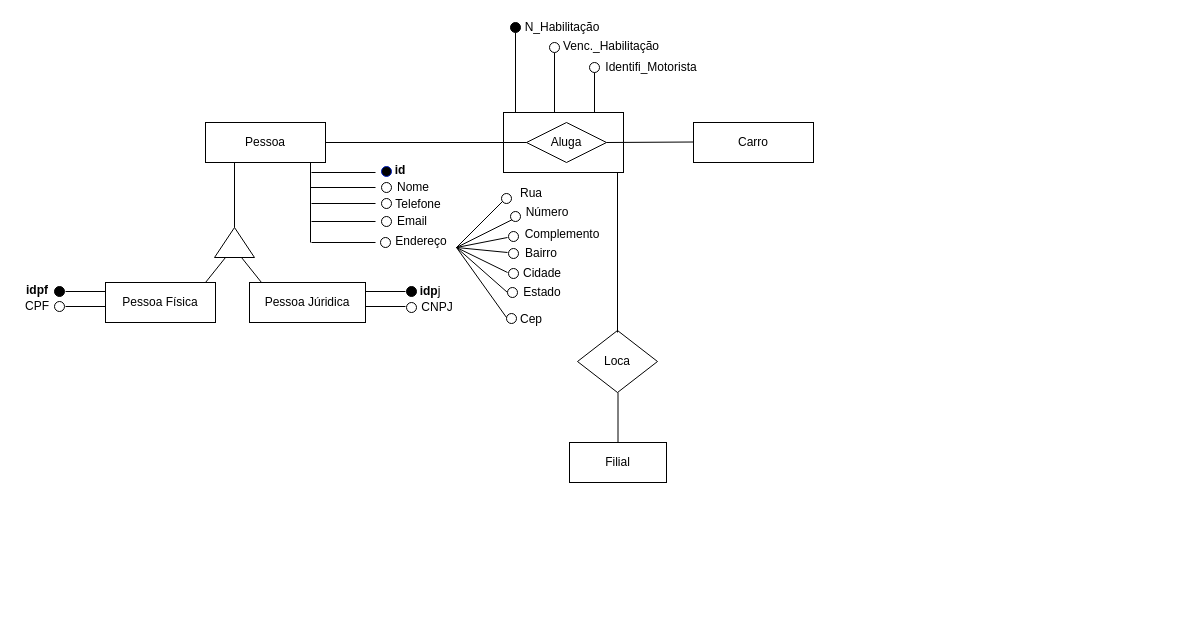
This is Untitled Diagram.drawio from carlosti1099/Universidade, a draw.io file, before an edit. Source tidied: cells renumbered, new cells numbered last; positions are measured from the earlier drawing's top-left corner, leaving out a move shared by most shapes. Both pictures are drawn from the tidied source at 100%, with x=0, y=0 at pixel (17, 17).
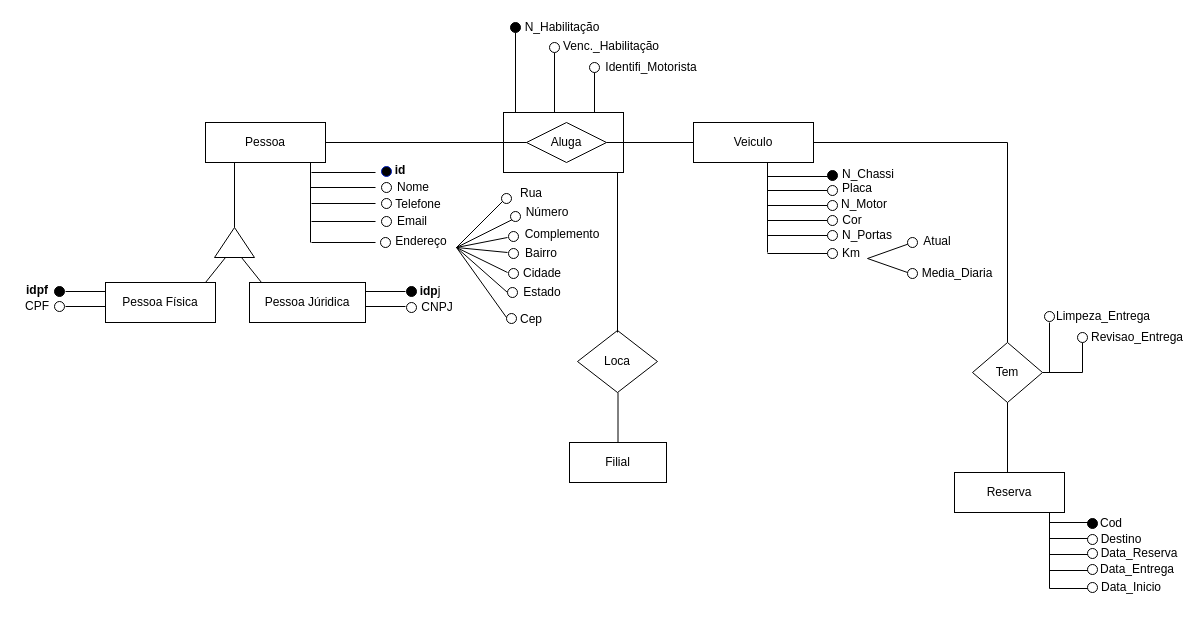
After the change.

The change refers to these unchanged cells:
```xml
<mxCell id="60" value="Aluga" style="rhombus;whiteSpace=wrap;html=1;fontColor=#000000;strokeColor=#000000;fillColor=#FFFFFF;align=center;" parent="1" vertex="1">
  <mxGeometry x="509" y="105" width="80" height="40" as="geometry" />
</mxCell>
```

Diff of the diagram source:
```diff
@@
-    <mxCell id="58" value="Carro" style="rounded=0;whiteSpace=wrap;html=1;" parent="1" vertex="1">
+    <mxCell id="58" value="Veiculo" style="rounded=0;whiteSpace=wrap;html=1;" parent="1" vertex="1">
       <mxGeometry x="676" y="105" width="120" height="40" as="geometry" />
     </mxCell>
@@
-    <mxCell id="62" style="endArrow=none;html=1;fontColor=#000000;exitX=1;exitY=0.5;exitDx=0;exitDy=0;" parent="1" edge="1" source="60">
-      <mxGeometry relative="1" as="geometry">
-        <mxPoint x="676" y="124.5" as="targetPoint" />
-      </mxGeometry>
-    </mxCell>
@@
+    <mxCell id="78" style="verticalLabelPosition=bottom;shadow=0;dashed=0;align=center;html=1;verticalAlign=top;strokeWidth=1;shape=mxgraph.mockup.markup.line;strokeColor=#000000;direction=north;" parent="1" vertex="1">
+      <mxGeometry x="740" y="145" width="20" height="90" as="geometry" />
+    </mxCell>
+    <mxCell id="79" style="verticalLabelPosition=bottom;shadow=0;dashed=0;align=center;html=1;verticalAlign=top;strokeWidth=1;shape=mxgraph.mockup.markup.line;strokeColor=#000000;" parent="1" vertex="1">
+      <mxGeometry x="750" y="149" width="60" height="20" as="geometry" />
+    </mxCell>
+    <mxCell id="80" style="verticalLabelPosition=bottom;shadow=0;dashed=0;align=center;html=1;verticalAlign=top;strokeWidth=1;shape=mxgraph.mockup.markup.line;strokeColor=#000000;" parent="1" vertex="1">
+      <mxGeometry x="750" y="163" width="60" height="20" as="geometry" />
+    </mxCell>
+    <mxCell id="81" style="verticalLabelPosition=bottom;shadow=0;dashed=0;align=center;html=1;verticalAlign=top;strokeWidth=1;shape=mxgraph.mockup.markup.line;strokeColor=#000000;" parent="1" vertex="1">
+      <mxGeometry x="750" y="178" width="60" height="20" as="geometry" />
+    </mxCell>
+    <mxCell id="82" style="verticalLabelPosition=bottom;shadow=0;dashed=0;align=center;html=1;verticalAlign=top;strokeWidth=1;shape=mxgraph.mockup.markup.line;strokeColor=#000000;" parent="1" vertex="1">
+      <mxGeometry x="750" y="193" width="60" height="20" as="geometry" />
+    </mxCell>
+    <mxCell id="83" style="verticalLabelPosition=bottom;shadow=0;dashed=0;align=center;html=1;verticalAlign=top;strokeWidth=1;shape=mxgraph.mockup.markup.line;strokeColor=#000000;" parent="1" vertex="1">
+      <mxGeometry x="750" y="208" width="60" height="20" as="geometry" />
+    </mxCell>
+    <mxCell id="84" style="verticalLabelPosition=bottom;shadow=0;dashed=0;align=center;html=1;verticalAlign=top;strokeWidth=1;shape=mxgraph.mockup.markup.line;strokeColor=#000000;" parent="1" vertex="1">
+      <mxGeometry x="750" y="226" width="60" height="20" as="geometry" />
+    </mxCell>
+    <mxCell id="85" style="ellipse;whiteSpace=wrap;html=1;fillColor=#000000;" parent="1" vertex="1">
+      <mxGeometry x="810" y="153" width="10" height="10" as="geometry" />
+    </mxCell>
+    <mxCell id="86" style="ellipse;whiteSpace=wrap;html=1;" parent="1" vertex="1">
+      <mxGeometry x="810" y="168" width="10" height="10" as="geometry" />
+    </mxCell>
+    <mxCell id="87" style="ellipse;whiteSpace=wrap;html=1;" parent="1" vertex="1">
+      <mxGeometry x="810" y="183" width="10" height="10" as="geometry" />
+    </mxCell>
+    <mxCell id="88" style="ellipse;whiteSpace=wrap;html=1;" parent="1" vertex="1">
+      <mxGeometry x="810" y="198" width="10" height="10" as="geometry" />
+    </mxCell>
+    <mxCell id="89" style="ellipse;whiteSpace=wrap;html=1;" parent="1" vertex="1">
+      <mxGeometry x="810" y="213" width="10" height="10" as="geometry" />
+    </mxCell>
+    <mxCell id="90" style="ellipse;whiteSpace=wrap;html=1;" parent="1" vertex="1">
+      <mxGeometry x="810" y="231" width="10" height="10" as="geometry" />
+    </mxCell>
+    <mxCell id="91" value="N_Chassi" style="text;html=1;strokeColor=none;fillColor=none;align=center;verticalAlign=middle;whiteSpace=wrap;rounded=0;" parent="1" vertex="1">
+      <mxGeometry x="821" y="142" width="60" height="30" as="geometry" />
+    </mxCell>
+    <mxCell id="92" value="Placa" style="text;html=1;strokeColor=none;fillColor=none;align=center;verticalAlign=middle;whiteSpace=wrap;rounded=0;" parent="1" vertex="1">
+      <mxGeometry x="810" y="156" width="60" height="30" as="geometry" />
+    </mxCell>
+    <mxCell id="93" value="N_Motor" style="text;html=1;strokeColor=none;fillColor=none;align=center;verticalAlign=middle;whiteSpace=wrap;rounded=0;" parent="1" vertex="1">
+      <mxGeometry x="817" y="172" width="60" height="30" as="geometry" />
+    </mxCell>
+    <mxCell id="94" value="Cor" style="text;html=1;strokeColor=none;fillColor=none;align=center;verticalAlign=middle;whiteSpace=wrap;rounded=0;" parent="1" vertex="1">
+      <mxGeometry x="805" y="188" width="60" height="30" as="geometry" />
+    </mxCell>
+    <mxCell id="95" value="N_Portas" style="text;html=1;strokeColor=none;fillColor=none;align=center;verticalAlign=middle;whiteSpace=wrap;rounded=0;" parent="1" vertex="1">
+      <mxGeometry x="820" y="203" width="60" height="30" as="geometry" />
+    </mxCell>
+    <mxCell id="96" value="Km" style="text;html=1;strokeColor=none;fillColor=none;align=center;verticalAlign=middle;whiteSpace=wrap;rounded=0;" parent="1" vertex="1">
+      <mxGeometry x="804" y="221" width="60" height="30" as="geometry" />
+    </mxCell>
+    <mxCell id="97" style="endArrow=none;html=1;startArrow=none;" parent="1" edge="1" source="99">
+      <mxGeometry relative="1" as="geometry">
+        <mxPoint x="890" y="225" as="targetPoint" />
+      </mxGeometry>
+    </mxCell>
+    <mxCell id="98" style="endArrow=none;html=1;" parent="1" edge="1">
+      <mxGeometry relative="1" as="geometry">
+        <mxPoint x="850" y="241" as="sourcePoint" />
+        <mxPoint x="890" y="255" as="targetPoint" />
+      </mxGeometry>
+    </mxCell>
+    <mxCell id="99" style="ellipse;whiteSpace=wrap;html=1;" parent="1" vertex="1">
+      <mxGeometry x="890" y="220" width="10" height="10" as="geometry" />
+    </mxCell>
+    <mxCell id="100" style="endArrow=none;html=1;" parent="1" edge="1" target="99">
+      <mxGeometry relative="1" as="geometry">
+        <mxPoint x="850" y="241" as="sourcePoint" />
+      </mxGeometry>
+    </mxCell>
+    <mxCell id="101" style="ellipse;whiteSpace=wrap;html=1;" parent="1" vertex="1">
+      <mxGeometry x="890" y="251" width="10" height="10" as="geometry" />
+    </mxCell>
+    <mxCell id="102" value="Atual" style="text;html=1;strokeColor=none;fillColor=none;align=center;verticalAlign=middle;whiteSpace=wrap;rounded=0;" parent="1" vertex="1">
+      <mxGeometry x="890" y="209" width="60" height="30" as="geometry" />
+    </mxCell>
+    <mxCell id="103" value="Media_Diaria" style="text;html=1;strokeColor=none;fillColor=none;align=center;verticalAlign=middle;whiteSpace=wrap;rounded=0;" parent="1" vertex="1">
+      <mxGeometry x="910" y="241" width="60" height="30" as="geometry" />
+    </mxCell>
+    <mxCell id="104" style="verticalLabelPosition=bottom;shadow=0;dashed=0;align=center;html=1;verticalAlign=top;strokeWidth=1;shape=mxgraph.mockup.markup.line;strokeColor=#000000;labelBackgroundColor=default;sketch=0;fontColor=default;fillColor=#000000;" parent="1" vertex="1">
+      <mxGeometry x="796" y="115" width="194" height="20" as="geometry" />
+    </mxCell>
+    <mxCell id="105" style="verticalLabelPosition=bottom;shadow=0;dashed=0;align=center;html=1;verticalAlign=top;strokeWidth=1;shape=mxgraph.mockup.markup.line;strokeColor=#000000;labelBackgroundColor=default;sketch=0;fontColor=default;fillColor=#000000;" parent="1" vertex="1">
+      <mxGeometry x="589" y="115" width="87" height="20" as="geometry" />
+    </mxCell>
+    <mxCell id="106" style="verticalLabelPosition=bottom;shadow=0;dashed=0;align=center;html=1;verticalAlign=top;strokeWidth=1;shape=mxgraph.mockup.markup.line;strokeColor=#000000;labelBackgroundColor=default;sketch=0;fontColor=default;fillColor=#000000;rotation=90;" parent="1" vertex="1">
+      <mxGeometry x="890" y="215" width="200" height="20" as="geometry" />
+    </mxCell>
+    <mxCell id="107" value="Tem" style="rhombus;whiteSpace=wrap;html=1;labelBackgroundColor=default;sketch=0;fontColor=default;strokeColor=default;fillColor=#FFFFFF;verticalAlign=middle;align=center;" parent="1" vertex="1">
+      <mxGeometry x="955" y="325" width="70" height="60" as="geometry" />
+    </mxCell>
+    <mxCell id="108" value="Reserva" style="rounded=0;whiteSpace=wrap;html=1;labelBackgroundColor=default;sketch=0;fontColor=default;strokeColor=default;fillColor=#FFFFFF;align=center;verticalAlign=middle;" parent="1" vertex="1">
+      <mxGeometry x="937" y="455" width="110" height="40" as="geometry" />
+    </mxCell>
+    <mxCell id="109" style="verticalLabelPosition=bottom;shadow=0;dashed=0;align=center;html=1;verticalAlign=top;strokeWidth=1;shape=mxgraph.mockup.markup.line;strokeColor=#000000;direction=north;labelBackgroundColor=default;sketch=0;fontColor=default;fillColor=#FFFFFF;" parent="1" vertex="1">
+      <mxGeometry x="980" y="385" width="20" height="70" as="geometry" />
+    </mxCell>
+    <mxCell id="110" style="verticalLabelPosition=bottom;shadow=0;dashed=0;align=center;html=1;verticalAlign=top;strokeWidth=1;shape=mxgraph.mockup.markup.line;strokeColor=#000000;direction=north;labelBackgroundColor=default;sketch=0;fontColor=default;fillColor=#FFFFFF;rotation=90;" parent="1" vertex="1">
+      <mxGeometry x="1035" y="335" width="20" height="40" as="geometry" />
+    </mxCell>
+    <mxCell id="111" style="verticalLabelPosition=bottom;shadow=0;dashed=0;align=center;html=1;verticalAlign=top;strokeWidth=1;shape=mxgraph.mockup.markup.line;strokeColor=#000000;direction=north;labelBackgroundColor=default;sketch=0;fontColor=default;fillColor=#FFFFFF;" parent="1" vertex="1">
+      <mxGeometry x="1022" y="305" width="20" height="50" as="geometry" />
+    </mxCell>
+    <mxCell id="112" style="verticalLabelPosition=bottom;shadow=0;dashed=0;align=center;html=1;verticalAlign=top;strokeWidth=1;shape=mxgraph.mockup.markup.line;strokeColor=#000000;direction=north;labelBackgroundColor=default;sketch=0;fontColor=default;fillColor=#FFFFFF;" parent="1" vertex="1">
+      <mxGeometry x="1055" y="325" width="20" height="30" as="geometry" />
+    </mxCell>
+    <mxCell id="113" style="ellipse;whiteSpace=wrap;html=1;" parent="1" vertex="1">
+      <mxGeometry x="1027" y="294" width="10" height="10" as="geometry" />
+    </mxCell>
+    <mxCell id="114" style="ellipse;whiteSpace=wrap;html=1;" parent="1" vertex="1">
+      <mxGeometry x="1060" y="315" width="10" height="10" as="geometry" />
+    </mxCell>
+    <mxCell id="115" value="Limpeza_Entrega" style="text;html=1;strokeColor=none;fillColor=none;align=center;verticalAlign=middle;whiteSpace=wrap;rounded=0;labelBackgroundColor=default;sketch=0;fontColor=default;" parent="1" vertex="1">
+      <mxGeometry x="1031" y="284" width="110" height="30" as="geometry" />
+    </mxCell>
+    <mxCell id="116" value="Revisao_Entrega" style="text;html=1;strokeColor=none;fillColor=none;align=center;verticalAlign=middle;whiteSpace=wrap;rounded=0;labelBackgroundColor=default;sketch=0;fontColor=default;" parent="1" vertex="1">
+      <mxGeometry x="1090" y="305" width="60" height="30" as="geometry" />
+    </mxCell>
+    <mxCell id="117" style="line;strokeWidth=1;direction=south;html=1;labelBackgroundColor=default;sketch=0;fontColor=default;fillColor=#FFFFFF;align=center;verticalAlign=middle;" parent="1" vertex="1">
+      <mxGeometry x="1027" y="495" width="10" height="76" as="geometry" />
+    </mxCell>
+    <mxCell id="118" style="verticalLabelPosition=bottom;shadow=0;dashed=0;align=center;html=1;verticalAlign=top;strokeWidth=1;shape=mxgraph.mockup.markup.line;strokeColor=#000000;direction=north;labelBackgroundColor=default;sketch=0;fontColor=default;fillColor=#FFFFFF;rotation=90;" parent="1" vertex="1">
+      <mxGeometry x="1042" y="485" width="20" height="40" as="geometry" />
+    </mxCell>
+    <mxCell id="119" style="verticalLabelPosition=bottom;shadow=0;dashed=0;align=center;html=1;verticalAlign=top;strokeWidth=1;shape=mxgraph.mockup.markup.line;strokeColor=#000000;direction=north;labelBackgroundColor=default;sketch=0;fontColor=default;fillColor=#FFFFFF;rotation=90;" parent="1" vertex="1">
+      <mxGeometry x="1042" y="501" width="20" height="40" as="geometry" />
+    </mxCell>
+    <mxCell id="120" style="verticalLabelPosition=bottom;shadow=0;dashed=0;align=center;html=1;verticalAlign=top;strokeWidth=1;shape=mxgraph.mockup.markup.line;strokeColor=#000000;direction=north;labelBackgroundColor=default;sketch=0;fontColor=default;fillColor=#FFFFFF;rotation=90;" parent="1" vertex="1">
+      <mxGeometry x="1042" y="517" width="20" height="40" as="geometry" />
+    </mxCell>
+    <mxCell id="121" style="verticalLabelPosition=bottom;shadow=0;dashed=0;align=center;html=1;verticalAlign=top;strokeWidth=1;shape=mxgraph.mockup.markup.line;strokeColor=#000000;direction=north;labelBackgroundColor=default;sketch=0;fontColor=default;fillColor=#FFFFFF;rotation=90;" parent="1" vertex="1">
+      <mxGeometry x="1042" y="533" width="20" height="40" as="geometry" />
+    </mxCell>
+    <mxCell id="122" style="verticalLabelPosition=bottom;shadow=0;dashed=0;align=center;html=1;verticalAlign=top;strokeWidth=1;shape=mxgraph.mockup.markup.line;strokeColor=#000000;direction=north;labelBackgroundColor=default;sketch=0;fontColor=default;fillColor=#FFFFFF;rotation=90;" parent="1" vertex="1">
+      <mxGeometry x="1042" y="551" width="20" height="40" as="geometry" />
+    </mxCell>
+    <mxCell id="123" style="ellipse;whiteSpace=wrap;html=1;fillColor=#000000;" parent="1" vertex="1">
+      <mxGeometry x="1070" y="501" width="10" height="10" as="geometry" />
+    </mxCell>
+    <mxCell id="124" style="ellipse;whiteSpace=wrap;html=1;" parent="1" vertex="1">
+      <mxGeometry x="1070" y="517" width="10" height="10" as="geometry" />
+    </mxCell>
+    <mxCell id="125" style="ellipse;whiteSpace=wrap;html=1;" parent="1" vertex="1">
+      <mxGeometry x="1070" y="531" width="10" height="10" as="geometry" />
+    </mxCell>
+    <mxCell id="126" style="ellipse;whiteSpace=wrap;html=1;" parent="1" vertex="1">
+      <mxGeometry x="1070" y="547" width="10" height="10" as="geometry" />
+    </mxCell>
+    <mxCell id="127" style="ellipse;whiteSpace=wrap;html=1;" parent="1" vertex="1">
+      <mxGeometry x="1070" y="565" width="10" height="10" as="geometry" />
+    </mxCell>
+    <mxCell id="128" value="Cod" style="text;html=1;strokeColor=none;fillColor=none;align=center;verticalAlign=middle;whiteSpace=wrap;rounded=0;labelBackgroundColor=default;sketch=0;fontColor=default;" parent="1" vertex="1">
+      <mxGeometry x="1064" y="491" width="60" height="30" as="geometry" />
+    </mxCell>
+    <mxCell id="129" value="Destino" style="text;html=1;strokeColor=none;fillColor=none;align=center;verticalAlign=middle;whiteSpace=wrap;rounded=0;labelBackgroundColor=default;sketch=0;fontColor=default;" parent="1" vertex="1">
+      <mxGeometry x="1074" y="507" width="60" height="30" as="geometry" />
+    </mxCell>
+    <mxCell id="130" value="Data_Reserva" style="text;html=1;strokeColor=none;fillColor=none;align=center;verticalAlign=middle;whiteSpace=wrap;rounded=0;labelBackgroundColor=default;sketch=0;fontColor=default;" parent="1" vertex="1">
+      <mxGeometry x="1092" y="521" width="60" height="30" as="geometry" />
+    </mxCell>
+    <mxCell id="131" value="Data_Entrega" style="text;html=1;strokeColor=none;fillColor=none;align=center;verticalAlign=middle;whiteSpace=wrap;rounded=0;labelBackgroundColor=default;sketch=0;fontColor=default;" parent="1" vertex="1">
+      <mxGeometry x="1090" y="537" width="60" height="30" as="geometry" />
+    </mxCell>
+    <mxCell id="132" value="Data_Inicio" style="text;html=1;strokeColor=none;fillColor=none;align=center;verticalAlign=middle;whiteSpace=wrap;rounded=0;labelBackgroundColor=default;sketch=0;fontColor=default;" parent="1" vertex="1">
+      <mxGeometry x="1084" y="555" width="60" height="30" as="geometry" />
+    </mxCell>
```
